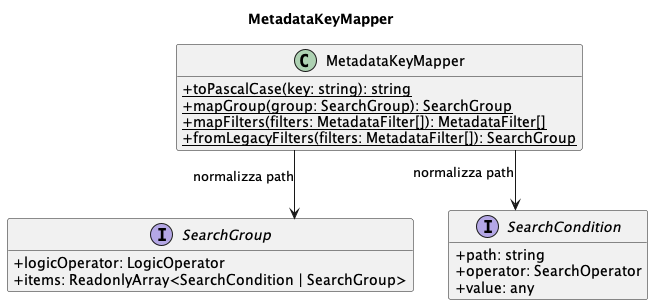
7-ZPUs/Docs keeps this PlantUML diagram as out/3_PB/DocumentiEsterni/DiagrammiSpecificaTecnica/C4/C4_backend_Search/C4_backend_Search-11.png. Above is the earlier version. Its diagram source:
```plantuml
@startuml
title MetadataKeyMapper

skinparam classAttributeIconSize 0
skinparam linetype ortho
hide empty members

class MetadataKeyMapper {
    + {static} toPascalCase(key: string): string
    + {static} mapGroup(group: SearchGroup): SearchGroup
    + {static} mapFilters(filters: MetadataFilter[]): MetadataFilter[]
    + {static} fromLegacyFilters(filters: MetadataFilter[]): SearchGroup
}
interface SearchGroup {
    + logicOperator: LogicOperator
    + items: ReadonlyArray<SearchCondition | SearchGroup>
}
interface SearchCondition {
    + path: string
    + operator: SearchOperator
    + value: any
}

MetadataKeyMapper --> SearchGroup    : normalizza path
MetadataKeyMapper --> SearchCondition : normalizza path

@enduml
```
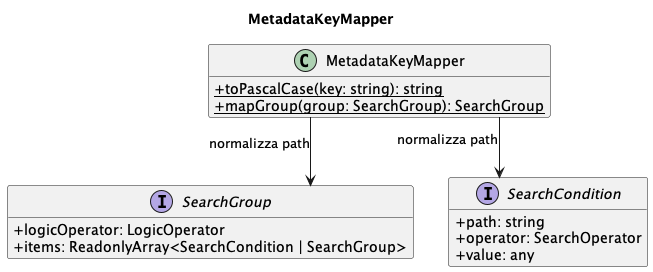
Above is the later version.

Commit message:
Correzioni parte Search

The edit, as a diff of the source:
```diff
@@ -8,8 +8,6 @@
 class MetadataKeyMapper {
     + {static} toPascalCase(key: string): string
     + {static} mapGroup(group: SearchGroup): SearchGroup
-    + {static} mapFilters(filters: MetadataFilter[]): MetadataFilter[]
-    + {static} fromLegacyFilters(filters: MetadataFilter[]): SearchGroup
 }
 interface SearchGroup {
     + logicOperator: LogicOperator
@@ -21,7 +19,7 @@
     + value: any
 }
 
-MetadataKeyMapper --> SearchGroup    : normalizza path
+MetadataKeyMapper --> SearchGroup     : normalizza path
 MetadataKeyMapper --> SearchCondition : normalizza path
 
 @enduml
```
